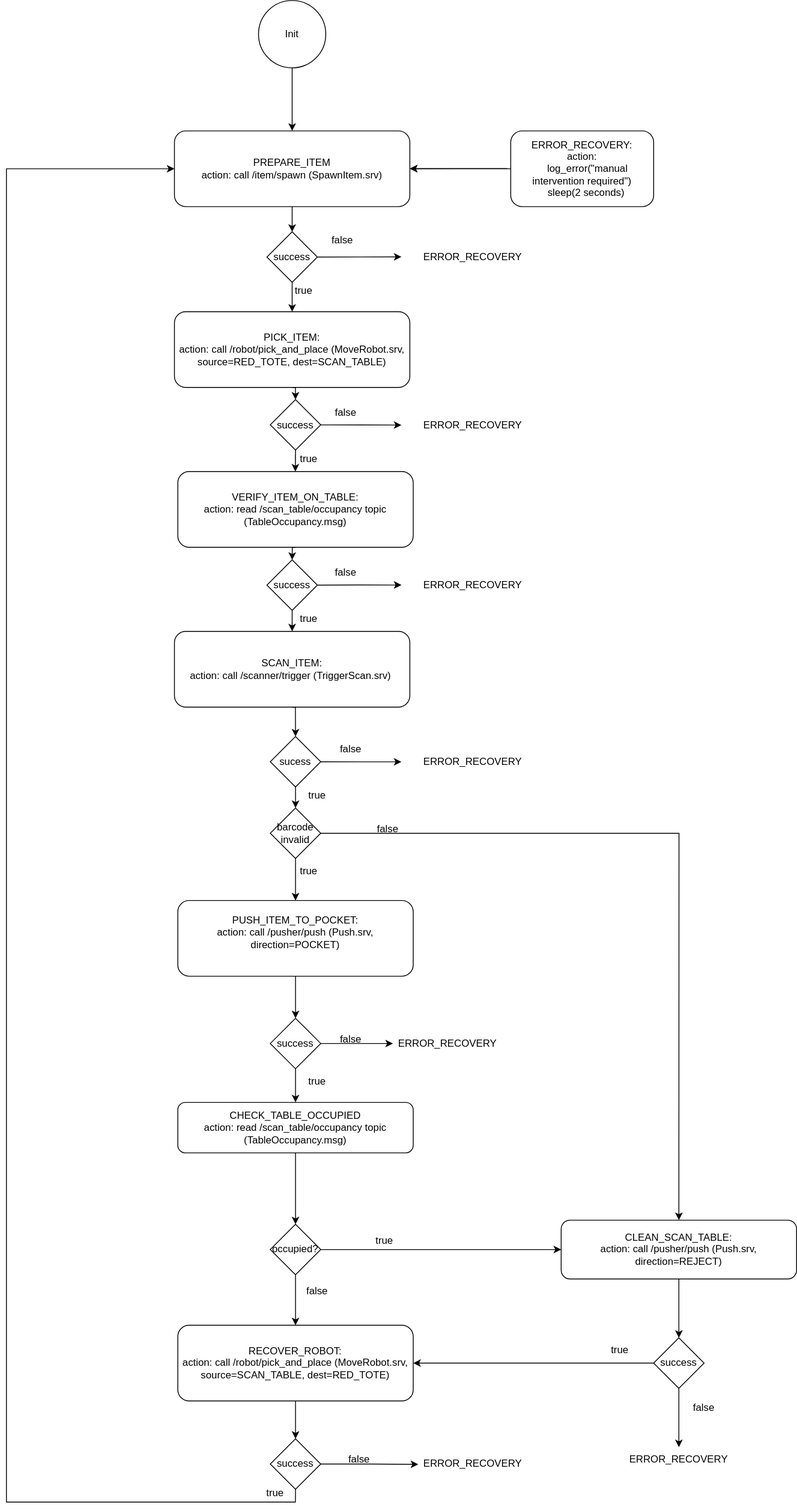
Before: doc/state_diagram.drawio.svg, a diagram exported from draw.io (Rullocu/robot_scanner_simulation). Source tidied: cells renumbered, new cells last; positions are measured from the earlier drawing's top-left corner, leaving out a move shared by most shapes.
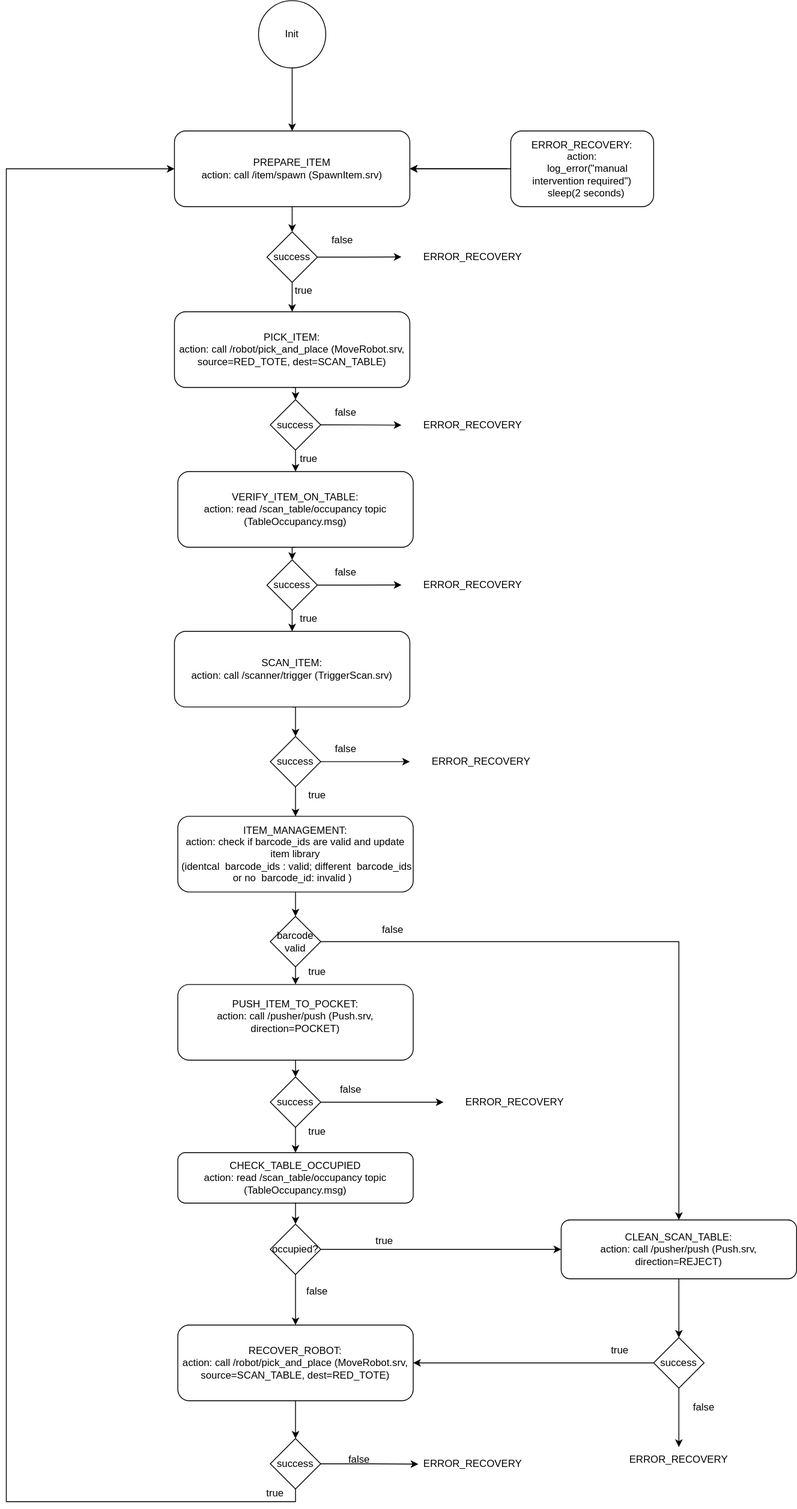
The same diagram one commit later.

Commit message:
fix state diagram

The edit, as a diff of the source:
```diff
@@ -6,7 +6,7 @@
       <mxGeometry relative="1" as="geometry" />
     </mxCell>
     <mxCell id="3" value="CHECK_TABLE_OCCUPIED&lt;div&gt;action: read /scan_table/occupancy topic (TableOccupancy.msg)&lt;/div&gt;" style="rounded=1;whiteSpace=wrap;html=1;" parent="1" vertex="1">
-      <mxGeometry x="204" y="1310" width="280" height="60" as="geometry" />
+      <mxGeometry x="204" y="1370" width="280" height="60" as="geometry" />
     </mxCell>
     <mxCell id="4" style="edgeStyle=orthogonalEdgeStyle;rounded=0;jettySize=auto;html=1;exitX=0.5;exitY=1;exitDx=0;exitDy=0;entryX=0.5;entryY=0;entryDx=0;entryDy=0;" parent="1" edge="1" source="5" target="44">
       <mxGeometry relative="1" as="geometry" />
@@ -41,14 +41,14 @@
     <mxCell id="14" style="edgeStyle=orthogonalEdgeStyle;rounded=0;jettySize=auto;html=1;exitX=0.5;exitY=1;exitDx=0;exitDy=0;entryX=0.5;entryY=0;entryDx=0;entryDy=0;" parent="1" edge="1" source="15" target="31">
       <mxGeometry relative="1" as="geometry" />
     </mxCell>
-    <mxCell id="15" value="&lt;div&gt;SCAN_ITEM:&lt;/div&gt;action: call /scanner/trigger (TriggerScan.srv)&amp;nbsp;" style="rounded=1;whiteSpace=wrap;html=1;" parent="1" vertex="1">
+    <mxCell id="15" value="SCAN_ITEM:&lt;br&gt;action: call /scanner/trigger (TriggerScan.srv)" style="rounded=1;whiteSpace=wrap;html=1;" parent="1" vertex="1">
       <mxGeometry x="200" y="750" width="280" height="90" as="geometry" />
     </mxCell>
     <mxCell id="16" style="edgeStyle=orthogonalEdgeStyle;rounded=0;jettySize=auto;html=1;exitX=0.5;exitY=1;exitDx=0;exitDy=0;entryX=0.5;entryY=0;entryDx=0;entryDy=0;" parent="1" edge="1" source="17" target="42">
       <mxGeometry relative="1" as="geometry" />
     </mxCell>
     <mxCell id="17" value="&lt;div&gt;PUSH_ITEM_TO_POCKET:&lt;/div&gt;&lt;div&gt;action: call /pusher/push (Push.srv, direction=POCKET)&lt;/div&gt;&lt;div&gt;&lt;br&gt;&lt;/div&gt;" style="rounded=1;whiteSpace=wrap;html=1;" parent="1" vertex="1">
-      <mxGeometry x="204" y="1070" width="280" height="90" as="geometry" />
+      <mxGeometry x="204" y="1170" width="280" height="90" as="geometry" />
     </mxCell>
     <mxCell id="18" style="edgeStyle=orthogonalEdgeStyle;rounded=0;jettySize=auto;html=1;exitX=1;exitY=0.5;exitDx=0;exitDy=0;entryX=0;entryY=0.5;entryDx=0;entryDy=0;" parent="1" edge="1" source="19" target="5">
       <mxGeometry relative="1" as="geometry" />
@@ -89,15 +89,17 @@
     <mxCell id="28" value="success" style="rhombus;whiteSpace=wrap;html=1;" parent="1" vertex="1">
       <mxGeometry x="310" y="665" width="60" height="60" as="geometry" />
     </mxCell>
-    <mxCell id="29" style="edgeStyle=orthogonalEdgeStyle;rounded=0;jettySize=auto;html=1;exitX=0.5;exitY=1;exitDx=0;exitDy=0;entryX=0.5;entryY=0;entryDx=0;entryDy=0;" parent="1" edge="1" source="31" target="47">
-      <mxGeometry relative="1" as="geometry" />
+    <mxCell id="29" style="edgeStyle=orthogonalEdgeStyle;rounded=0;jettySize=auto;html=1;exitX=0.5;exitY=1;exitDx=0;exitDy=0;" parent="1" edge="1" source="31">
+      <mxGeometry relative="1" as="geometry">
+        <mxPoint x="344" y="970" as="targetPoint" />
+      </mxGeometry>
     </mxCell>
     <mxCell id="30" style="edgeStyle=orthogonalEdgeStyle;rounded=0;jettySize=auto;html=1;exitX=1;exitY=0.5;exitDx=0;exitDy=0;" parent="1" edge="1" source="31">
       <mxGeometry relative="1" as="geometry">
-        <mxPoint x="470" y="905.2" as="targetPoint" />
+        <mxPoint x="480" y="905" as="targetPoint" />
       </mxGeometry>
     </mxCell>
-    <mxCell id="31" value="sucess" style="rhombus;whiteSpace=wrap;html=1;" parent="1" vertex="1">
+    <mxCell id="31" value="success" style="rhombus;whiteSpace=wrap;html=1;" parent="1" vertex="1">
       <mxGeometry x="314" y="875" width="60" height="60" as="geometry" />
     </mxCell>
     <mxCell id="32" style="edgeStyle=orthogonalEdgeStyle;rounded=0;jettySize=auto;html=1;exitX=0.5;exitY=1;exitDx=0;exitDy=0;entryX=0.5;entryY=0;entryDx=0;entryDy=0;" parent="1" edge="1" source="19" target="7">
@@ -137,26 +139,29 @@
     </mxCell>
     <mxCell id="41" style="edgeStyle=orthogonalEdgeStyle;rounded=0;jettySize=auto;html=1;exitX=1;exitY=0.5;exitDx=0;exitDy=0;" parent="1" edge="1" source="42">
       <mxGeometry relative="1" as="geometry">
-        <mxPoint x="460" y="1240" as="targetPoint" />
+        <mxPoint x="520" y="1310" as="targetPoint" />
+        <Array as="points">
+          <mxPoint x="510" y="1310" />
+        </Array>
       </mxGeometry>
     </mxCell>
     <mxCell id="42" value="success" style="rhombus;whiteSpace=wrap;html=1;" parent="1" vertex="1">
-      <mxGeometry x="314" y="1210" width="60" height="60" as="geometry" />
+      <mxGeometry x="314" y="1280" width="60" height="60" as="geometry" />
     </mxCell>
-    <mxCell id="43" style="edgeStyle=orthogonalEdgeStyle;rounded=0;jettySize=auto;html=1;exitX=0.5;exitY=1;exitDx=0;exitDy=0;entryX=0.5;entryY=0;entryDx=0;entryDy=0;" parent="1" edge="1" source="44" target="54">
+    <mxCell id="43" style="edgeStyle=orthogonalEdgeStyle;rounded=0;jettySize=auto;html=1;exitX=0.5;exitY=1;exitDx=0;exitDy=0;entryX=0.5;entryY=0;entryDx=0;entryDy=0;" parent="1" edge="1" source="44" target="53">
       <mxGeometry relative="1" as="geometry" />
     </mxCell>
     <mxCell id="44" value="success" style="rhombus;whiteSpace=wrap;html=1;" parent="1" vertex="1">
       <mxGeometry x="770" y="1590" width="60" height="60" as="geometry" />
     </mxCell>
-    <mxCell id="45" style="edgeStyle=orthogonalEdgeStyle;rounded=0;jettySize=auto;html=1;exitX=1;exitY=0.5;exitDx=0;exitDy=0;entryX=0.5;entryY=0;entryDx=0;entryDy=0;" parent="1" edge="1" source="47" target="5">
+    <mxCell id="45" style="edgeStyle=orthogonalEdgeStyle;rounded=0;jettySize=auto;html=1;entryX=0.5;entryY=0;entryDx=0;entryDy=0;exitX=1;exitY=0.5;exitDx=0;exitDy=0;" parent="1" edge="1" source="47" target="5">
       <mxGeometry relative="1" as="geometry" />
     </mxCell>
     <mxCell id="46" style="edgeStyle=orthogonalEdgeStyle;rounded=0;jettySize=auto;html=1;exitX=0.5;exitY=1;exitDx=0;exitDy=0;entryX=0.5;entryY=0;entryDx=0;entryDy=0;" parent="1" edge="1" source="47" target="17">
       <mxGeometry relative="1" as="geometry" />
     </mxCell>
-    <mxCell id="47" value="barcode invalid" style="rhombus;whiteSpace=wrap;html=1;" parent="1" vertex="1">
-      <mxGeometry x="314" y="960" width="60" height="60" as="geometry" />
+    <mxCell id="47" value="barcode valid" style="rhombus;whiteSpace=wrap;html=1;" parent="1" vertex="1">
+      <mxGeometry x="314" y="1089" width="60" height="60" as="geometry" />
     </mxCell>
     <mxCell id="48" style="edgeStyle=orthogonalEdgeStyle;rounded=0;jettySize=auto;html=1;exitX=0.5;exitY=1;exitDx=0;exitDy=0;entryX=0.5;entryY=0;entryDx=0;entryDy=0;" parent="1" edge="1" source="22" target="11">
       <mxGeometry relative="1" as="geometry" />
@@ -171,82 +176,91 @@
       <mxGeometry x="470" y="680" width="170" height="30" as="geometry" />
     </mxCell>
     <mxCell id="52" value="ERROR_RECOVERY" style="text;html=1;whiteSpace=wrap;strokeColor=none;fillColor=none;align=center;verticalAlign=middle;rounded=0;" parent="1" vertex="1">
-      <mxGeometry x="470" y="890" width="170" height="30" as="geometry" />
+      <mxGeometry x="520" y="1295" width="170" height="30" as="geometry" />
     </mxCell>
     <mxCell id="53" value="ERROR_RECOVERY" style="text;html=1;whiteSpace=wrap;strokeColor=none;fillColor=none;align=center;verticalAlign=middle;rounded=0;" parent="1" vertex="1">
-      <mxGeometry x="440" y="1225" width="170" height="30" as="geometry" />
+      <mxGeometry x="715" y="1720" width="170" height="30" as="geometry" />
     </mxCell>
     <mxCell id="54" value="ERROR_RECOVERY" style="text;html=1;whiteSpace=wrap;strokeColor=none;fillColor=none;align=center;verticalAlign=middle;rounded=0;" parent="1" vertex="1">
-      <mxGeometry x="715" y="1720" width="170" height="30" as="geometry" />
+      <mxGeometry x="470" y="1725" width="170" height="30" as="geometry" />
     </mxCell>
-    <mxCell id="55" value="ERROR_RECOVERY" style="text;html=1;whiteSpace=wrap;strokeColor=none;fillColor=none;align=center;verticalAlign=middle;rounded=0;" parent="1" vertex="1">
-      <mxGeometry x="470" y="1725" width="170" height="30" as="geometry" />
+    <mxCell id="55" value="true" style="text;html=1;whiteSpace=wrap;strokeColor=none;fillColor=none;align=center;verticalAlign=middle;rounded=0;" parent="1" vertex="1">
+      <mxGeometry x="324" y="330" width="60" height="30" as="geometry" />
     </mxCell>
     <mxCell id="56" value="true" style="text;html=1;whiteSpace=wrap;strokeColor=none;fillColor=none;align=center;verticalAlign=middle;rounded=0;" parent="1" vertex="1">
-      <mxGeometry x="324" y="330" width="60" height="30" as="geometry" />
+      <mxGeometry x="330" y="530" width="60" height="30" as="geometry" />
     </mxCell>
     <mxCell id="57" value="true" style="text;html=1;whiteSpace=wrap;strokeColor=none;fillColor=none;align=center;verticalAlign=middle;rounded=0;" parent="1" vertex="1">
-      <mxGeometry x="330" y="530" width="60" height="30" as="geometry" />
+      <mxGeometry x="330" y="720" width="60" height="30" as="geometry" />
     </mxCell>
     <mxCell id="58" value="true" style="text;html=1;whiteSpace=wrap;strokeColor=none;fillColor=none;align=center;verticalAlign=middle;rounded=0;" parent="1" vertex="1">
-      <mxGeometry x="330" y="720" width="60" height="30" as="geometry" />
+      <mxGeometry x="340" y="930" width="60" height="30" as="geometry" />
     </mxCell>
     <mxCell id="59" value="true" style="text;html=1;whiteSpace=wrap;strokeColor=none;fillColor=none;align=center;verticalAlign=middle;rounded=0;" parent="1" vertex="1">
-      <mxGeometry x="340" y="930" width="60" height="30" as="geometry" />
+      <mxGeometry x="340" y="1140" width="60" height="30" as="geometry" />
     </mxCell>
     <mxCell id="60" value="true" style="text;html=1;whiteSpace=wrap;strokeColor=none;fillColor=none;align=center;verticalAlign=middle;rounded=0;" parent="1" vertex="1">
-      <mxGeometry x="330" y="1020" width="60" height="30" as="geometry" />
+      <mxGeometry x="340" y="1330" width="60" height="30" as="geometry" />
     </mxCell>
     <mxCell id="61" value="true" style="text;html=1;whiteSpace=wrap;strokeColor=none;fillColor=none;align=center;verticalAlign=middle;rounded=0;" parent="1" vertex="1">
-      <mxGeometry x="340" y="1270" width="60" height="30" as="geometry" />
+      <mxGeometry x="700" y="1590" width="60" height="30" as="geometry" />
     </mxCell>
     <mxCell id="62" value="true" style="text;html=1;whiteSpace=wrap;strokeColor=none;fillColor=none;align=center;verticalAlign=middle;rounded=0;" parent="1" vertex="1">
-      <mxGeometry x="700" y="1590" width="60" height="30" as="geometry" />
+      <mxGeometry x="290" y="1760" width="60" height="30" as="geometry" />
     </mxCell>
-    <mxCell id="63" value="true" style="text;html=1;whiteSpace=wrap;strokeColor=none;fillColor=none;align=center;verticalAlign=middle;rounded=0;" parent="1" vertex="1">
-      <mxGeometry x="290" y="1760" width="60" height="30" as="geometry" />
+    <mxCell id="63" value="false" style="text;html=1;whiteSpace=wrap;strokeColor=none;fillColor=none;align=center;verticalAlign=middle;rounded=0;" parent="1" vertex="1">
+      <mxGeometry x="370" y="270" width="60" height="30" as="geometry" />
     </mxCell>
     <mxCell id="64" value="false" style="text;html=1;whiteSpace=wrap;strokeColor=none;fillColor=none;align=center;verticalAlign=middle;rounded=0;" parent="1" vertex="1">
-      <mxGeometry x="370" y="270" width="60" height="30" as="geometry" />
+      <mxGeometry x="374" y="475" width="60" height="30" as="geometry" />
     </mxCell>
     <mxCell id="65" value="false" style="text;html=1;whiteSpace=wrap;strokeColor=none;fillColor=none;align=center;verticalAlign=middle;rounded=0;" parent="1" vertex="1">
-      <mxGeometry x="374" y="475" width="60" height="30" as="geometry" />
+      <mxGeometry x="374" y="665" width="60" height="30" as="geometry" />
     </mxCell>
     <mxCell id="66" value="false" style="text;html=1;whiteSpace=wrap;strokeColor=none;fillColor=none;align=center;verticalAlign=middle;rounded=0;" parent="1" vertex="1">
-      <mxGeometry x="374" y="665" width="60" height="30" as="geometry" />
+      <mxGeometry x="374" y="875" width="60" height="30" as="geometry" />
     </mxCell>
     <mxCell id="67" value="false" style="text;html=1;whiteSpace=wrap;strokeColor=none;fillColor=none;align=center;verticalAlign=middle;rounded=0;" parent="1" vertex="1">
-      <mxGeometry x="380" y="875" width="60" height="30" as="geometry" />
+      <mxGeometry x="424" y="970" width="60" height="30" as="geometry" />
     </mxCell>
     <mxCell id="68" value="false" style="text;html=1;whiteSpace=wrap;strokeColor=none;fillColor=none;align=center;verticalAlign=middle;rounded=0;" parent="1" vertex="1">
-      <mxGeometry x="424" y="970" width="60" height="30" as="geometry" />
+      <mxGeometry x="380" y="1280" width="60" height="30" as="geometry" />
     </mxCell>
     <mxCell id="69" value="false" style="text;html=1;whiteSpace=wrap;strokeColor=none;fillColor=none;align=center;verticalAlign=middle;rounded=0;" parent="1" vertex="1">
-      <mxGeometry x="380" y="1220" width="60" height="30" as="geometry" />
+      <mxGeometry x="390" y="1720" width="60" height="30" as="geometry" />
     </mxCell>
     <mxCell id="70" value="false" style="text;html=1;whiteSpace=wrap;strokeColor=none;fillColor=none;align=center;verticalAlign=middle;rounded=0;" parent="1" vertex="1">
-      <mxGeometry x="390" y="1720" width="60" height="30" as="geometry" />
+      <mxGeometry x="800" y="1658" width="60" height="30" as="geometry" />
     </mxCell>
-    <mxCell id="71" value="false" style="text;html=1;whiteSpace=wrap;strokeColor=none;fillColor=none;align=center;verticalAlign=middle;rounded=0;" parent="1" vertex="1">
-      <mxGeometry x="800" y="1658" width="60" height="30" as="geometry" />
+    <mxCell id="71" style="edgeStyle=orthogonalEdgeStyle;rounded=0;jettySize=auto;html=1;exitX=0;exitY=0.5;exitDx=0;exitDy=0;" parent="1" edge="1" source="72">
+      <mxGeometry relative="1" as="geometry">
+        <mxPoint x="480" y="200" as="targetPoint" />
+      </mxGeometry>
     </mxCell>
-    <mxCell id="72" style="edgeStyle=orthogonalEdgeStyle;rounded=0;jettySize=auto;html=1;exitX=0;exitY=0.5;exitDx=0;exitDy=0;" parent="1" edge="1" source="73">
-      <mxGeometry relative="1" as="geometry">
-        <mxPoint x="480" y="200" as="targetPoint" />
-      </mxGeometry>
+    <mxCell id="72" value="&lt;div&gt;ERROR_RECOVERY:&lt;/div&gt;&lt;div&gt;action:&lt;/div&gt;&lt;div&gt;&amp;nbsp; &amp;nbsp; log_error(&quot;manual intervention required&quot;)&lt;/div&gt;&lt;span style=&quot;background-color: transparent;&quot;&gt;&amp;nbsp; &amp;nbsp; sleep(2 seconds)&lt;/span&gt;&amp;nbsp;" style="rounded=1;whiteSpace=wrap;html=1;" parent="1" vertex="1">
+      <mxGeometry x="600" y="155" width="170" height="90" as="geometry" />
     </mxCell>
-    <mxCell id="73" value="&lt;div&gt;ERROR_RECOVERY:&lt;/div&gt;&lt;div&gt;action:&lt;/div&gt;&lt;div&gt;&amp;nbsp; &amp;nbsp; log_error(&quot;manual intervention required&quot;)&lt;/div&gt;&lt;span style=&quot;background-color: transparent;&quot;&gt;&amp;nbsp; &amp;nbsp; sleep(2 seconds)&lt;/span&gt;&amp;nbsp;" style="rounded=1;whiteSpace=wrap;html=1;" parent="1" vertex="1">
-      <mxGeometry x="600" y="155" width="170" height="90" as="geometry" />
+    <mxCell id="73" style="edgeStyle=orthogonalEdgeStyle;rounded=0;orthogonalLoop=1;jettySize=auto;html=1;exitX=0;exitY=0.5;exitDx=0;exitDy=0;entryX=1;entryY=0.5;entryDx=0;entryDy=0;" parent="1" edge="1">
+      <mxGeometry relative="1" as="geometry">
+        <mxPoint x="596" y="199.7" as="sourcePoint" />
+        <mxPoint x="480" y="199.7" as="targetPoint" />
+        <Array as="points">
+          <mxPoint x="490" y="199.7" />
+          <mxPoint x="490" y="199.7" />
+        </Array>
+      </mxGeometry>
     </mxCell>
-    <mxCell id="74" style="edgeStyle=orthogonalEdgeStyle;rounded=0;orthogonalLoop=1;jettySize=auto;html=1;exitX=0;exitY=0.5;exitDx=0;exitDy=0;entryX=1;entryY=0.5;entryDx=0;entryDy=0;" parent="1" edge="1">
-      <mxGeometry relative="1" as="geometry">
-        <mxPoint x="596" y="199.7" as="sourcePoint" />
-        <mxPoint x="480" y="199.7" as="targetPoint" />
-        <Array as="points">
-          <mxPoint x="490" y="199.7" />
-          <mxPoint x="490" y="199.7" />
-        </Array>
-      </mxGeometry>
+    <mxCell id="74" style="edgeStyle=orthogonalEdgeStyle;rounded=0;jettySize=auto;html=1;exitX=0.5;exitY=1;exitDx=0;exitDy=0;entryX=0.5;entryY=0;entryDx=0;entryDy=0;" parent="1" edge="1" source="75" target="47">
+      <mxGeometry relative="1" as="geometry" />
     </mxCell>
+    <mxCell id="75" value="&lt;div&gt;&lt;div&gt;ITEM_MANAGEMENT:&lt;/div&gt;action: check if barcode_ids are valid and update&lt;/div&gt;&lt;div&gt;item library&lt;br&gt;&lt;div&gt;&amp;nbsp;(identcal&amp;nbsp;&lt;span style=&quot;background-color: transparent; color: light-dark(rgb(0, 0, 0), rgb(255, 255, 255));&quot;&gt;&amp;nbsp;&lt;/span&gt;&lt;span style=&quot;background-color: transparent; color: light-dark(rgb(0, 0, 0), rgb(255, 255, 255));&quot;&gt;barcode_ids&lt;/span&gt;&lt;span style=&quot;background-color: transparent; color: light-dark(rgb(0, 0, 0), rgb(255, 255, 255));&quot;&gt;&amp;nbsp;: valid; different&amp;nbsp;&lt;/span&gt;&lt;span style=&quot;background-color: transparent; color: light-dark(rgb(0, 0, 0), rgb(255, 255, 255));&quot;&gt;&amp;nbsp;&lt;/span&gt;&lt;span style=&quot;background-color: transparent; color: light-dark(rgb(0, 0, 0), rgb(255, 255, 255));&quot;&gt;barcode_ids or no&amp;nbsp;&lt;/span&gt;&lt;span style=&quot;background-color: transparent; color: light-dark(rgb(0, 0, 0), rgb(255, 255, 255));&quot;&gt;&amp;nbsp;&lt;/span&gt;&lt;span style=&quot;background-color: transparent; color: light-dark(rgb(0, 0, 0), rgb(255, 255, 255));&quot;&gt;barcode_id: invalid&lt;/span&gt;&lt;span style=&quot;background-color: transparent; color: light-dark(rgb(0, 0, 0), rgb(255, 255, 255));&quot;&gt;&amp;nbsp;)&amp;nbsp;&amp;nbsp;&lt;/span&gt;&lt;/div&gt;&lt;/div&gt;" style="rounded=1;whiteSpace=wrap;html=1;" parent="1" vertex="1">
+      <mxGeometry x="204" y="970" width="280" height="90" as="geometry" />
+    </mxCell>
+    <mxCell id="76" value="false" style="text;html=1;whiteSpace=wrap;strokeColor=none;fillColor=none;align=center;verticalAlign=middle;rounded=0;" parent="1" vertex="1">
+      <mxGeometry x="430" y="1090" width="60" height="30" as="geometry" />
+    </mxCell>
+    <mxCell id="77" value="ERROR_RECOVERY" style="text;html=1;whiteSpace=wrap;strokeColor=none;fillColor=none;align=center;verticalAlign=middle;rounded=0;" parent="1" vertex="1">
+      <mxGeometry x="480" y="890" width="170" height="30" as="geometry" />
+    </mxCell>
   </root>
 </mxGraphModel>
```
